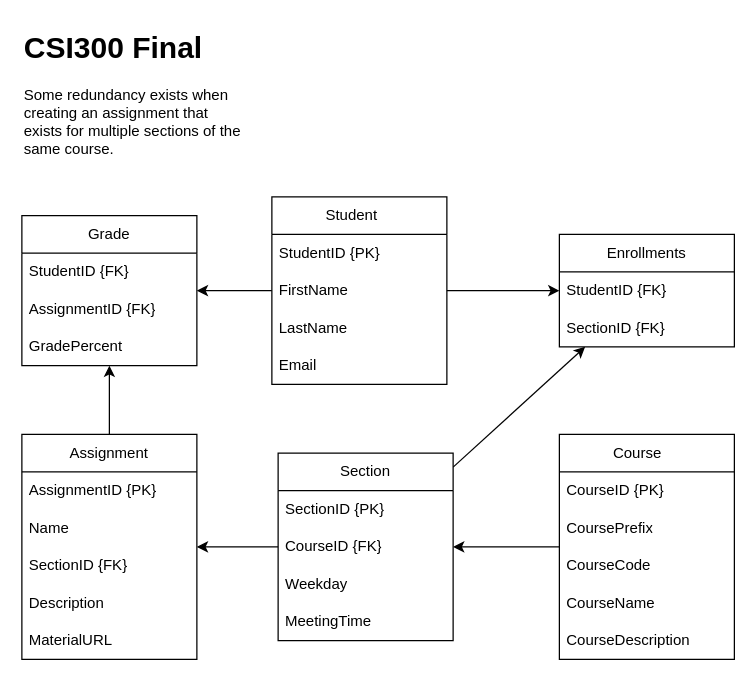
This is UML/LMS.drawio from TheLittleDoc/CSI300-Final, a draw.io file, before an edit. Source tidied: cells renumbered, new cells numbered last; positions are measured from the earlier drawing's top-left corner, leaving out a move shared by most shapes. Both pictures are drawn from the tidied source at 125%, with x=0, y=0 at pixel (21, 21).
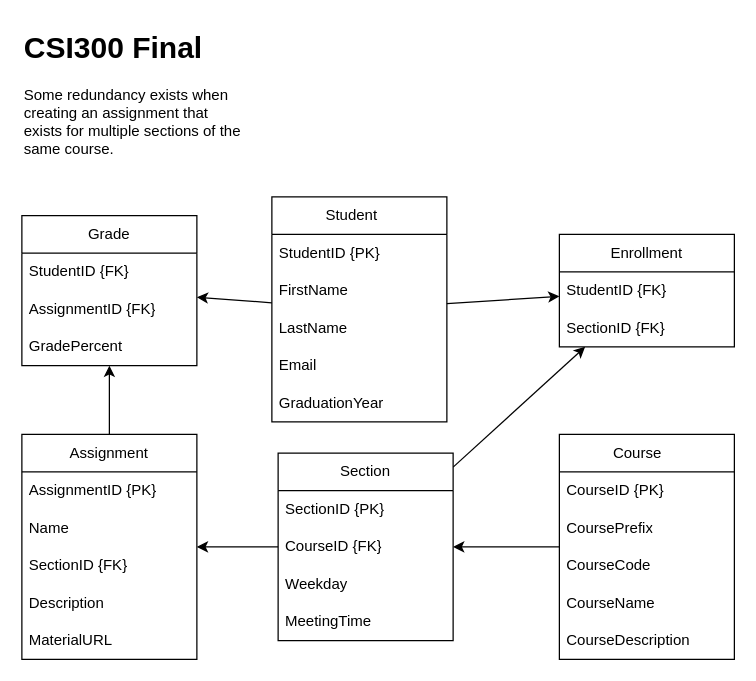
The same diagram, later.

Commit message (it also covers changes not shown here):
Create statements fixed; UML unified

Sorry about dark theme will fix later

The change refers to these unchanged cells:
```xml
<mxCell id="18" value="Section" style="swimlane;fontStyle=0;horizontal=1;startSize=30;whiteSpace=wrap;html=1;" parent="1" vertex="1">
  <mxGeometry x="205" y="345" width="140" height="150" as="geometry" />
</mxCell>
<mxCell id="30" value="Grade" style="swimlane;fontStyle=0;horizontal=1;startSize=30;whiteSpace=wrap;html=1;" parent="1" vertex="1">
  <mxGeometry y="155" width="140" height="120" as="geometry" />
</mxCell>
```

What changed in the source:
```diff
@@
-    <mxCell id="3" style="rounded=0;jettySize=auto;html=1;" parent="1" edge="1" source="4" target="34">
-      <mxGeometry relative="1" as="geometry" />
-    </mxCell>
+    <mxCell id="38" style="rounded=0;jettySize=auto;html=1;" parent="1" edge="1" source="4" target="42">
+      <mxGeometry relative="1" as="geometry" />
+    </mxCell>
     <mxCell id="4" value="Student&lt;span style=&quot;white-space: pre;&quot;&gt;&#9;&lt;/span&gt;" style="swimlane;fontStyle=0;horizontal=1;startSize=30;whiteSpace=wrap;html=1;" parent="1" vertex="1">
-      <mxGeometry x="200" y="140" width="140" height="150" as="geometry" />
+      <mxGeometry x="200" y="140" width="140" height="180" as="geometry" />
     </mxCell>
@@
+    <mxCell id="39" value="&lt;div&gt;GraduationYear&lt;/div&gt;" style="text;strokeColor=none;fillColor=none;align=left;verticalAlign=middle;spacingLeft=4;spacingRight=4;overflow=hidden;whiteSpace=wrap;html=1;" parent="4" vertex="1">
+      <mxGeometry y="150" width="140" height="30" as="geometry" />
+    </mxCell>
@@
-    <mxCell id="17" style="rounded=0;jettySize=auto;html=1;" parent="1" edge="1" source="18" target="34">
-      <mxGeometry relative="1" as="geometry" />
-    </mxCell>
+    <mxCell id="40" style="rounded=0;jettySize=auto;html=1;" parent="1" edge="1" source="18" target="42">
+      <mxGeometry relative="1" as="geometry" />
+    </mxCell>
@@
-    <mxCell id="31" value="StudentID {FK}" style="text;strokeColor=none;fillColor=none;align=left;verticalAlign=middle;spacingLeft=4;spacingRight=4;overflow=hidden;whiteSpace=wrap;html=1;" parent="30" vertex="1">
-      <mxGeometry y="30" width="140" height="30" as="geometry" />
-    </mxCell>
+    <mxCell id="41" value="StudentID {FK}" style="text;strokeColor=none;fillColor=none;align=left;verticalAlign=middle;spacingLeft=4;spacingRight=4;overflow=hidden;whiteSpace=wrap;html=1;" parent="30" vertex="1">
+      <mxGeometry y="30" width="140" height="30" as="geometry" />
+    </mxCell>
@@
-    <mxCell id="34" value="Enrollments" style="swimlane;fontStyle=0;horizontal=1;startSize=30;whiteSpace=wrap;html=1;" parent="1" vertex="1">
-      <mxGeometry x="430" y="170" width="140" height="90" as="geometry" />
-    </mxCell>
-    <mxCell id="35" value="StudentID {FK}" style="text;strokeColor=none;fillColor=none;align=left;verticalAlign=middle;spacingLeft=4;spacingRight=4;overflow=hidden;whiteSpace=wrap;html=1;" parent="34" vertex="1">
-      <mxGeometry y="30" width="140" height="30" as="geometry" />
-    </mxCell>
+    <mxCell id="42" value="&lt;div&gt;Enrollment&lt;/div&gt;" style="swimlane;fontStyle=0;horizontal=1;startSize=30;whiteSpace=wrap;html=1;" parent="1" vertex="1">
+      <mxGeometry x="430" y="170" width="140" height="90" as="geometry" />
+    </mxCell>
+    <mxCell id="43" value="StudentID {FK}" style="text;strokeColor=none;fillColor=none;align=left;verticalAlign=middle;spacingLeft=4;spacingRight=4;overflow=hidden;whiteSpace=wrap;html=1;" parent="42" vertex="1">
+      <mxGeometry y="30" width="140" height="30" as="geometry" />
+    </mxCell>
-    <mxCell id="36" value="SectionID {FK}" style="text;strokeColor=none;fillColor=none;align=left;verticalAlign=middle;spacingLeft=4;spacingRight=4;overflow=hidden;whiteSpace=wrap;html=1;" parent="34" vertex="1">
+    <mxCell id="36" value="SectionID {FK}" style="text;strokeColor=none;fillColor=none;align=left;verticalAlign=middle;spacingLeft=4;spacingRight=4;overflow=hidden;whiteSpace=wrap;html=1;" parent="42" vertex="1">
       <mxGeometry y="60" width="140" height="30" as="geometry" />
     </mxCell>
```
